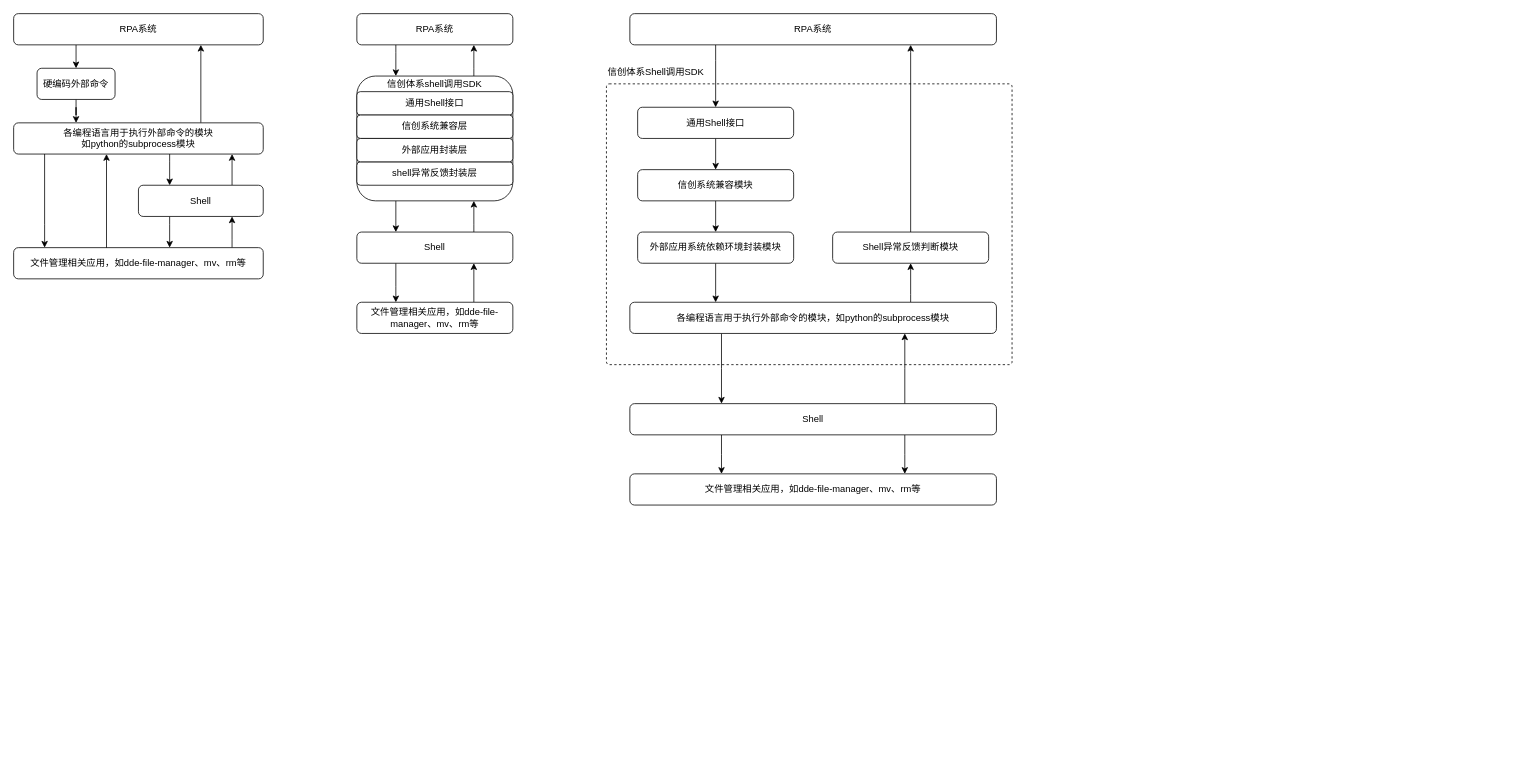
Above: 【专利图】信创文件管理.drawio in ColonelDarcy2018/excelsior (draw.io), before the change. Source tidied: cells renumbered, new cells numbered last; positions are measured from the earlier drawing's top-left corner, leaving out a move shared by most shapes. Both pictures are drawn from the tidied source at 78%, with x=0, y=0 at pixel (13, 13).
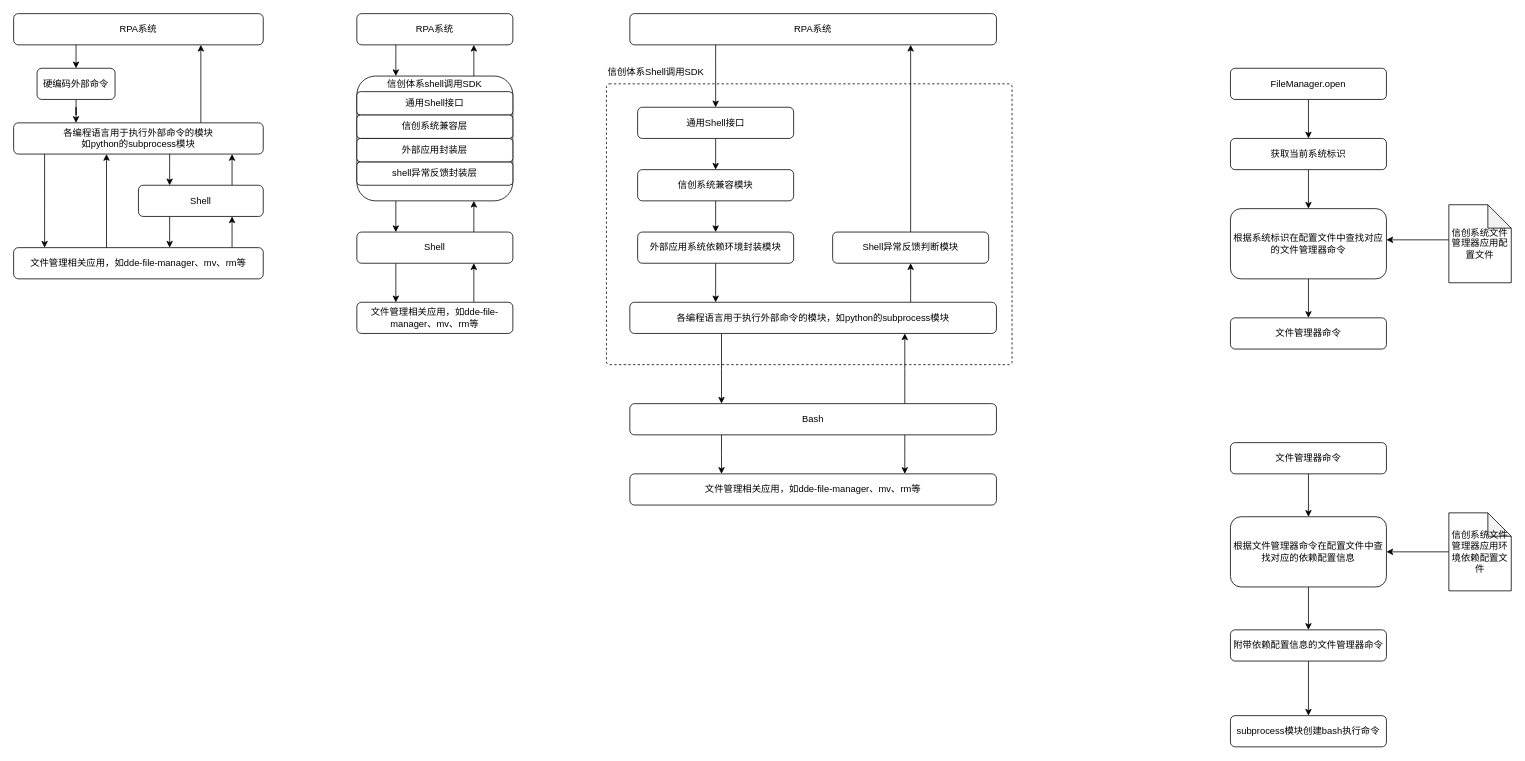
The same page after the edit.

Commit message:
更新【专利图】信创文件管理.drawio

The edit, as a diff of the source:
```diff
@@
-    <mxCell id="35" value="Shell" style="rounded=1;whiteSpace=wrap;html=1;" parent="1" vertex="1">
+    <mxCell id="35" value="Bash" style="rounded=1;whiteSpace=wrap;html=1;" parent="1" vertex="1">
       <mxGeometry x="790" y="500" width="470" height="40" as="geometry" />
     </mxCell>
@@
+    <mxCell id="51" style="edgeStyle=orthogonalEdgeStyle;rounded=0;jettySize=auto;html=1;" parent="1" edge="1" source="52" target="56">
+      <mxGeometry relative="1" as="geometry" />
+    </mxCell>
+    <mxCell id="52" value="FileManager.open" style="rounded=1;whiteSpace=wrap;html=1;" parent="1" vertex="1">
+      <mxGeometry x="1560" y="70" width="200" height="40" as="geometry" />
+    </mxCell>
+    <mxCell id="53" style="edgeStyle=orthogonalEdgeStyle;rounded=0;jettySize=auto;html=1;" parent="1" edge="1" source="54" target="58">
+      <mxGeometry relative="1" as="geometry">
+        <Array as="points">
+          <mxPoint x="1830" y="290" />
+          <mxPoint x="1830" y="290" />
+        </Array>
+      </mxGeometry>
+    </mxCell>
+    <mxCell id="54" value="信创系统文件管理器应用配置文件" style="shape=note;whiteSpace=wrap;html=1;backgroundOutline=1;darkOpacity=0.05;" parent="1" vertex="1">
+      <mxGeometry x="1840" y="245" width="80" height="100" as="geometry" />
+    </mxCell>
+    <mxCell id="55" style="edgeStyle=orthogonalEdgeStyle;rounded=0;jettySize=auto;html=1;" parent="1" edge="1" source="56" target="58">
+      <mxGeometry relative="1" as="geometry" />
+    </mxCell>
+    <mxCell id="56" value="获取当前系统标识" style="rounded=1;whiteSpace=wrap;html=1;" parent="1" vertex="1">
+      <mxGeometry x="1560" y="160" width="200" height="40" as="geometry" />
+    </mxCell>
+    <mxCell id="57" style="edgeStyle=orthogonalEdgeStyle;rounded=0;jettySize=auto;html=1;" parent="1" edge="1" source="58" target="59">
+      <mxGeometry relative="1" as="geometry" />
+    </mxCell>
+    <mxCell id="58" value="根据系统标识在配置文件中查找对应的文件管理器命令" style="rounded=1;whiteSpace=wrap;html=1;" parent="1" vertex="1">
+      <mxGeometry x="1560" y="250" width="200" height="90" as="geometry" />
+    </mxCell>
+    <mxCell id="59" value="文件管理器命令" style="rounded=1;whiteSpace=wrap;html=1;" parent="1" vertex="1">
+      <mxGeometry x="1560" y="390" width="200" height="40" as="geometry" />
+    </mxCell>
+    <mxCell id="60" style="edgeStyle=orthogonalEdgeStyle;rounded=0;jettySize=auto;html=1;" parent="1" edge="1" source="61" target="65">
+      <mxGeometry relative="1" as="geometry" />
+    </mxCell>
+    <mxCell id="61" value="文件管理器命令" style="rounded=1;whiteSpace=wrap;html=1;" parent="1" vertex="1">
+      <mxGeometry x="1560" y="550" width="200" height="40" as="geometry" />
+    </mxCell>
+    <mxCell id="62" style="edgeStyle=orthogonalEdgeStyle;rounded=0;jettySize=auto;html=1;" parent="1" edge="1" source="63" target="65">
+      <mxGeometry relative="1" as="geometry" />
+    </mxCell>
+    <mxCell id="63" value="信创系统文件管理器应用环境依赖配置文件" style="shape=note;whiteSpace=wrap;html=1;backgroundOutline=1;darkOpacity=0.05;" parent="1" vertex="1">
+      <mxGeometry x="1840" y="640" width="80" height="100" as="geometry" />
+    </mxCell>
+    <mxCell id="64" style="edgeStyle=orthogonalEdgeStyle;rounded=0;jettySize=auto;html=1;" parent="1" edge="1" source="65" target="67">
+      <mxGeometry relative="1" as="geometry" />
+    </mxCell>
+    <mxCell id="65" value="根据文件管理器命令在配置文件中查找对应的依赖配置信息" style="rounded=1;whiteSpace=wrap;html=1;" parent="1" vertex="1">
+      <mxGeometry x="1560" y="645" width="200" height="90" as="geometry" />
+    </mxCell>
+    <mxCell id="66" style="edgeStyle=orthogonalEdgeStyle;rounded=0;jettySize=auto;html=1;" parent="1" edge="1" source="67" target="68">
+      <mxGeometry relative="1" as="geometry" />
+    </mxCell>
+    <mxCell id="67" value="附带依赖配置信息的文件管理器命令" style="rounded=1;whiteSpace=wrap;html=1;" parent="1" vertex="1">
+      <mxGeometry x="1560" y="790" width="200" height="40" as="geometry" />
+    </mxCell>
+    <mxCell id="68" value="subprocess模块创建bash执行命令" style="rounded=1;whiteSpace=wrap;html=1;" parent="1" vertex="1">
+      <mxGeometry x="1560" y="900" width="200" height="40" as="geometry" />
+    </mxCell>
```
